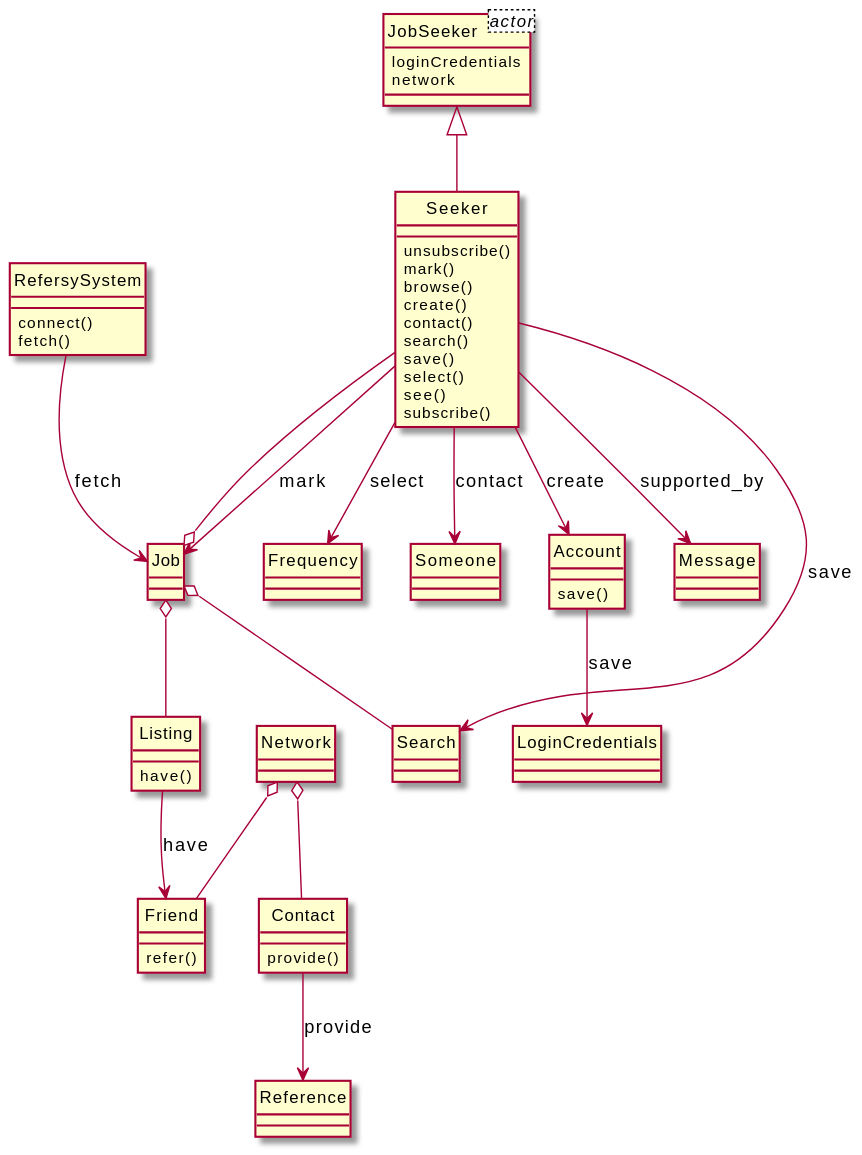
Above: output/diagram_5/2014-USC-Project10.svg in xixixhalu/DomainModelExtractor (PlantUML), before the change.
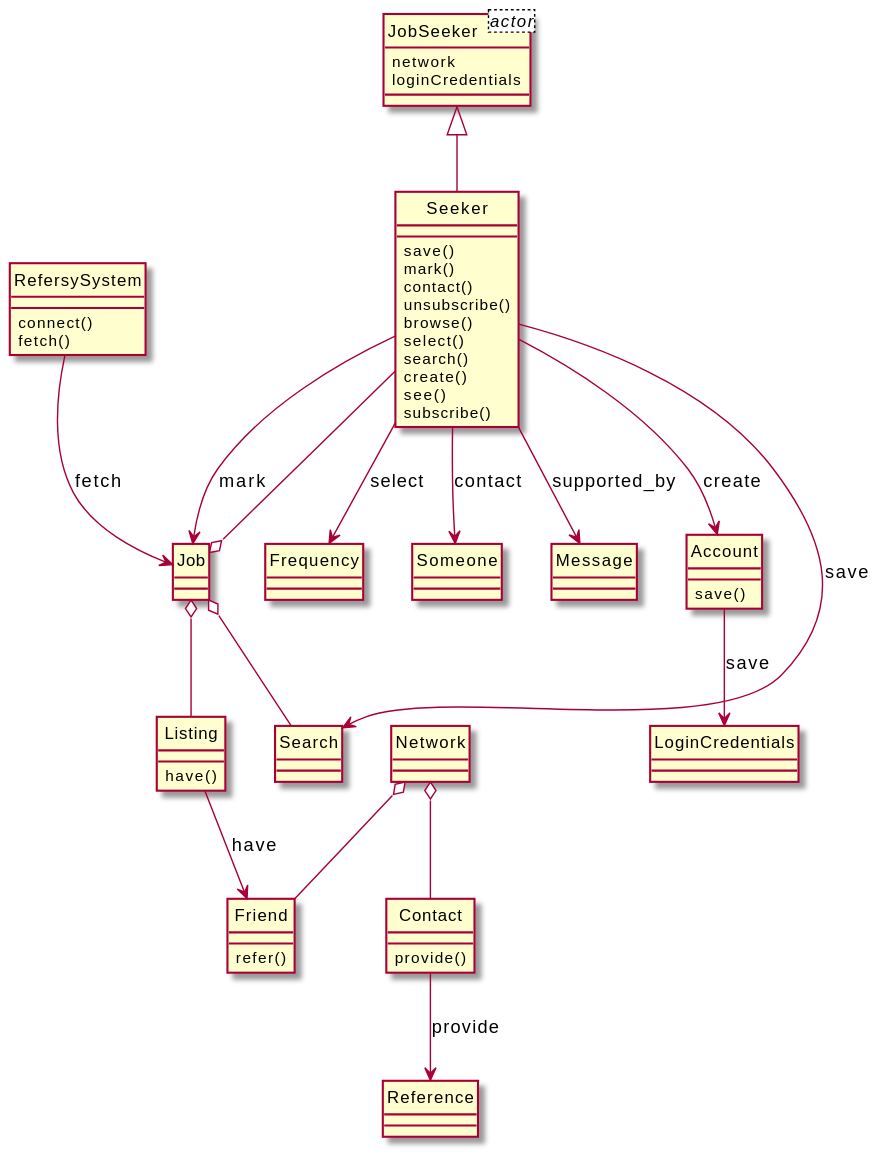
The same file after the commit.

The edit, as a diff of the source:
```diff
@@ -1,26 +1,18 @@
 @startuml
 hide circle
 class JobSeeker<actor> {
+	network
 	loginCredentials
-	network
-}
-class Network {
-}
-class Contact {
-	provide()
-}
-class Friend {
-	refer()
 }
 class Seeker {
+	save()
+	mark()
+	contact()
 	unsubscribe()
-	mark()
 	browse()
+	select()
+	search()
 	create()
-	contact()
-	search()
-	save()
-	select()
 	see()
 	subscribe()
 }
@@ -29,41 +21,49 @@
 class Listing {
 	have()
 }
-class Job {
+class Network {
 }
-class Frequency {
+class Friend {
+	refer()
+}
+class Contact {
+	provide()
 }
 class RefersySystem {
 	connect()
 	fetch()
 }
-class Reference {
-}
-class Someone {
+class Job {
 }
 class Account {
 	save()
 }
 class LoginCredentials {
 }
-class Message {
+class Frequency {
+}
+class Someone {
+}
+class Reference {
 }
 class JobSeeker {
 }
+class Message {
+}
+Network o-- Contact
+Seeker --> Search : save
+Account --> LoginCredentials : save
+Job o-- Listing
+Seeker --> Someone : contact
+Seeker --> Account : create
+Job o-- Seeker
+Seeker --> Frequency : select
+RefersySystem --> Job : fetch
+JobSeeker <|-- Seeker
+Listing --> Friend : have
 Seeker --> Message : supported_by
-Listing --> Friend : have
-Account --> LoginCredentials : save
+Network o-- Friend
 Contact --> Reference : provide
 Seeker --> Job : mark
-Job o-- Listing
-Network o-- Contact
-Job o-- Seeker
-Seeker --> Someone : contact
-Network o-- Friend
-RefersySystem --> Job : fetch
-Seeker --> Frequency : select
-Seeker --> Account : create
-JobSeeker <|-- Seeker
 Job o-- Search
-Seeker --> Search : save
 @enduml
```
